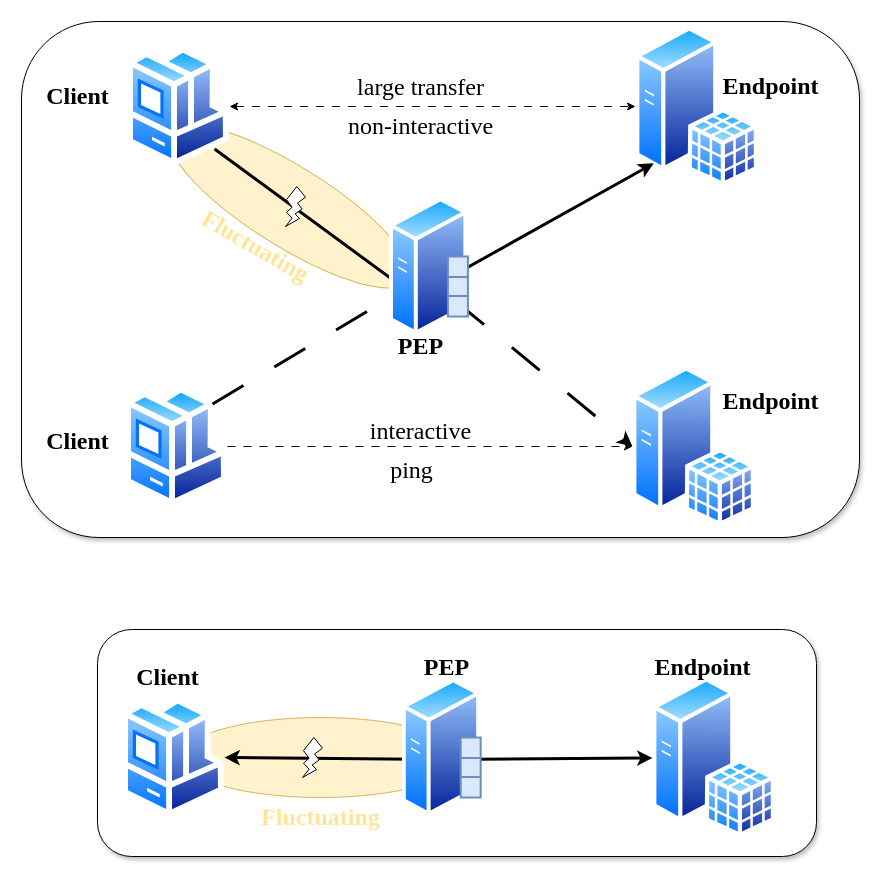
Before: diagrams/drawio/scenarios.drawio in joexbayer/tcp-pep-for-5g, a draw.io diagram. Source tidied: cells renumbered, new cells numbered last; positions are measured from the earlier drawing's top-left corner, leaving out a move shared by most shapes. Both pictures are drawn from the tidied source at 100%, with x=0, y=0 at pixel (21, 21).
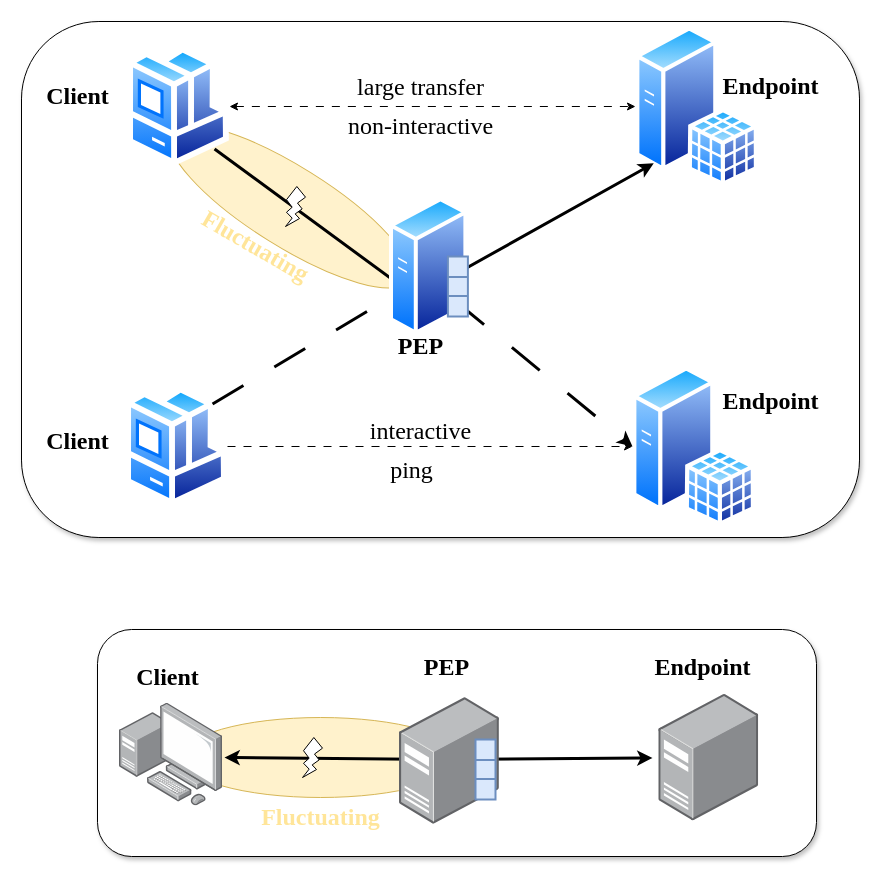
The same diagram, later.

The edit, as a diff of the source:
```diff
@@
-    <mxCell id="26" style="perimeter=ellipsePerimeter;html=1;align=center;shadow=0;dashed=0;spacingTop=3;image;image=img/lib/active_directory/workstation_client.svg;fontFamily=Times New Roman;" parent="1" vertex="1">
-      <mxGeometry x="101" y="676" width="102" height="120" as="geometry" />
-    </mxCell>
-    <mxCell id="27" style="perimeter=ellipsePerimeter;html=1;align=center;shadow=0;dashed=0;spacingTop=3;image;image=img/lib/active_directory/sql_server.svg;fontFamily=Times New Roman;" parent="1" vertex="1">
-      <mxGeometry x="631" y="656" width="123.2" height="160" as="geometry" />
-    </mxCell>
@@
-    <mxCell id="30" style="endArrow=classic;html=1;rounded=0;fontFamily=Times New Roman;fontSize=24;exitX=1;exitY=0.5;exitDx=0;exitDy=0;strokeWidth=3;startArrow=classic;startFill=1;" parent="1" edge="1" source="26" target="27">
+    <mxCell id="30" style="endArrow=classic;html=1;rounded=0;fontFamily=Times New Roman;fontSize=24;exitX=1;exitY=0.5;exitDx=0;exitDy=0;strokeWidth=3;startArrow=classic;startFill=1;" parent="1" edge="1">
       <mxGeometry relative="1" as="geometry">
+        <mxPoint x="203" y="736" as="sourcePoint" />
+        <mxPoint x="631" y="736.5" as="targetPoint" />
         <Array as="points">
           <mxPoint x="421" y="738" />
         </Array>
       </mxGeometry>
     </mxCell>
-    <mxCell id="31" style="perimeter=ellipsePerimeter;html=1;align=center;shadow=0;dashed=0;spacingTop=3;image;image=img/lib/active_directory/generic_server.svg;fontFamily=Times New Roman;" parent="1" vertex="1">
-      <mxGeometry x="380.8" y="656" width="78.4" height="140" as="geometry" />
-    </mxCell>
+    <mxCell id="37" style="image;html=1;align=center;shadow=0;dashed=0;image=img/lib/allied_telesis/computer_and_terminals/Server_Desktop.svg;" parent="1" vertex="1">
+      <mxGeometry x="378" y="676" width="99.9" height="126.7" as="geometry" />
+    </mxCell>
     <mxCell id="32" style="strokeWidth=2;html=1;shape=mxgraph.lean_mapping.buffer_or_safety_stock;shadow=0;fontFamily=Times New Roman;fontSize=24;fillColor=#dae8fc;strokeColor=#6c8ebf;" parent="1" vertex="1">
-      <mxGeometry x="439.2" y="716" width="20" height="60" as="geometry" />
+      <mxGeometry x="454" y="718" width="20" height="60" as="geometry" />
     </mxCell>
@@
+    <mxCell id="38" style="image;html=1;align=center;shadow=0;dashed=0;image=img/lib/allied_telesis/computer_and_terminals/Personal_Computer_with_Server.svg;" parent="1" vertex="1">
+      <mxGeometry x="98" y="681.5" width="103" height="103" as="geometry" />
+    </mxCell>
+    <mxCell id="39" style="image;html=1;align=center;shadow=0;dashed=0;image=img/lib/allied_telesis/computer_and_terminals/Server_Desktop.svg;" parent="1" vertex="1">
+      <mxGeometry x="637.3" y="672.7" width="99.9" height="126.7" as="geometry" />
+    </mxCell>
```
